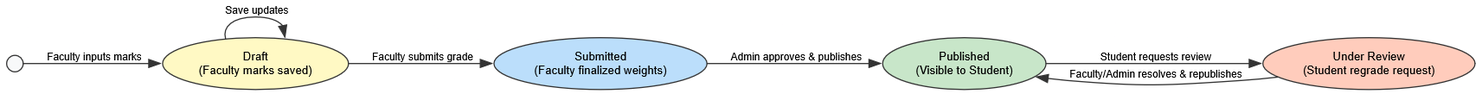
Above: docs/srs/markdown/images/state-grade-lifecycle.png in MYSTICnova734/SE_MINI_PROJECT (Graphviz), before the change. Its source is kept beside it as docs/srs/diagrams/state-grade-lifecycle.dot.
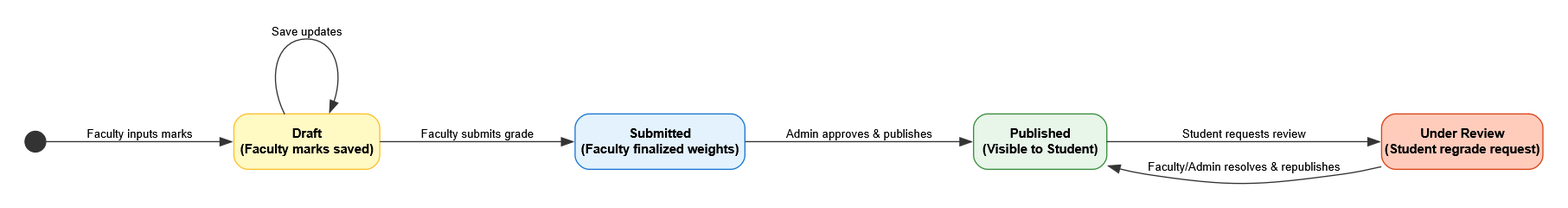
The same diagram one commit later.

Diff of the diagram source:
```diff
@@ -1,18 +1,19 @@
 digraph GradeLifecycle {
     rankdir=LR;
-    node [shape=ellipse, fontname="Helvetica", fontsize=10, style="filled", fillcolor="#F8F9FA", color="#333333"];
-    edge [fontname="Helvetica", fontsize=9, color="#333333"];
+    graph [pad="0.3", nodesep="0.9", ranksep="0.9"];
+    node [shape=rectangle, style="filled,rounded", fontname="Helvetica-Bold", fontsize=11, fillcolor="#F8F9FA", color="#333333", margin="0.2,0.15"];
+    edge [fontname="Helvetica", fontsize=10, color="#333333"];
 
-    Start [shape=point, width=0.2];
-    Draft [label="Draft\n(Faculty marks saved)", fillcolor="#FFF9C4"];
-    Submitted [label="Submitted\n(Faculty finalized weights)", fillcolor="#BBDEFB"];
-    Published [label="Published\n(Visible to Student)", fillcolor="#C8E6C9"];
-    UnderReview [label="Under Review\n(Student regrade request)", fillcolor="#FFCCBC"];
+    Start [shape=circle, label="", width=0.25, fillcolor="#333333", style=filled];
+    Draft [label="Draft\n(Faculty marks saved)", fillcolor="#FFF9C4", color="#FBC02D"];
+    Submitted [label="Submitted\n(Faculty finalized weights)", fillcolor="#E3F2FD", color="#1976D2"];
+    Published [label="Published\n(Visible to Student)", fillcolor="#E8F5E9", color="#388E3C"];
+    UnderReview [label="Under Review\n(Student regrade request)", fillcolor="#FFCCBC", color="#D84315"];
 
-    Start -> Draft [label=" Faculty inputs marks"];
-    Draft -> Draft [label=" Save updates"];
-    Draft -> Submitted [label=" Faculty submits grade"];
-    Submitted -> Published [label=" Admin approves & publishes"];
-    Published -> UnderReview [label=" Student requests review"];
-    UnderReview -> Published [label=" Faculty/Admin resolves & republishes"];
+    Start -> Draft [label=" Faculty inputs marks "];
+    Draft -> Draft [label=" Save updates "];
+    Draft -> Submitted [label=" Faculty submits grade "];
+    Submitted -> Published [label=" Admin approves & publishes "];
+    Published -> UnderReview [label=" Student requests review "];
+    UnderReview -> Published [label=" Faculty/Admin resolves & republishes "];
 }
```
